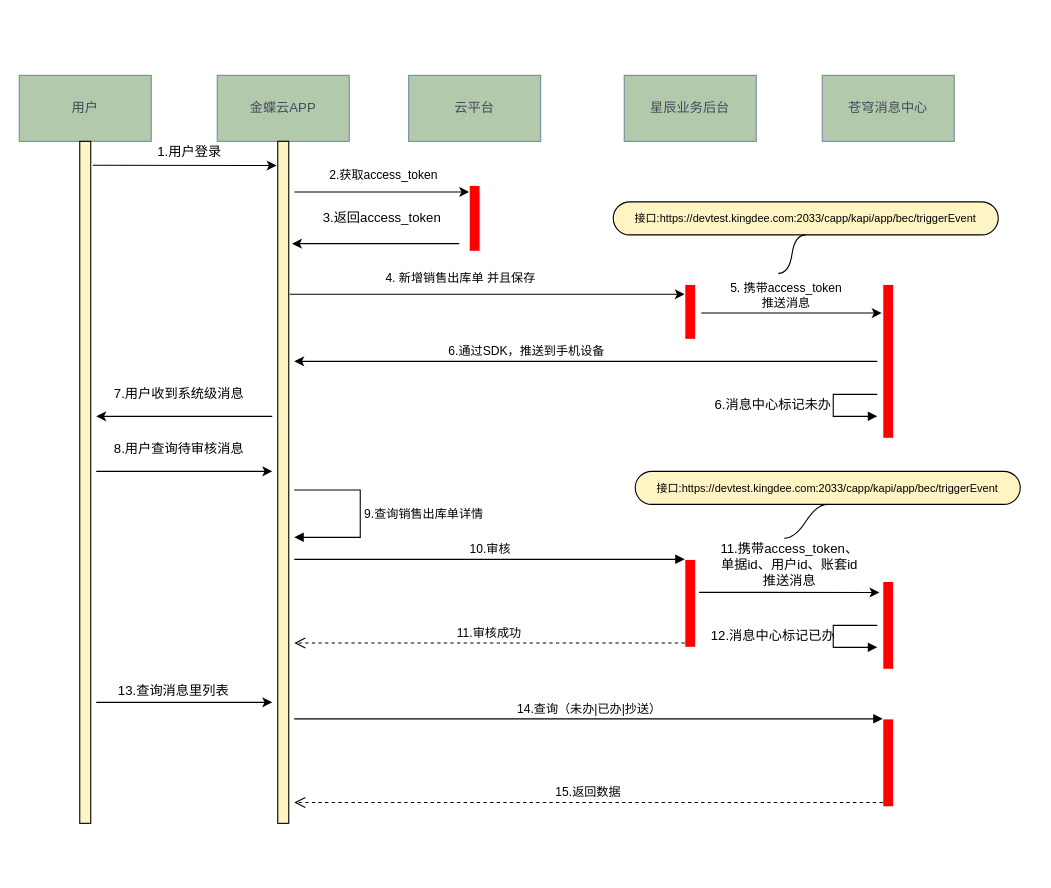
Earlier version of the draw.io diagram 消息中心.drawio (Mark-LoveFootball/mind). Source tidied: cells renumbered, new cells numbered last; positions are measured from the earlier drawing's top-left corner, leaving out a move shared by most shapes. Both pictures are drawn from the tidied source at 110%, with x=0, y=0 at pixel (19, 75).
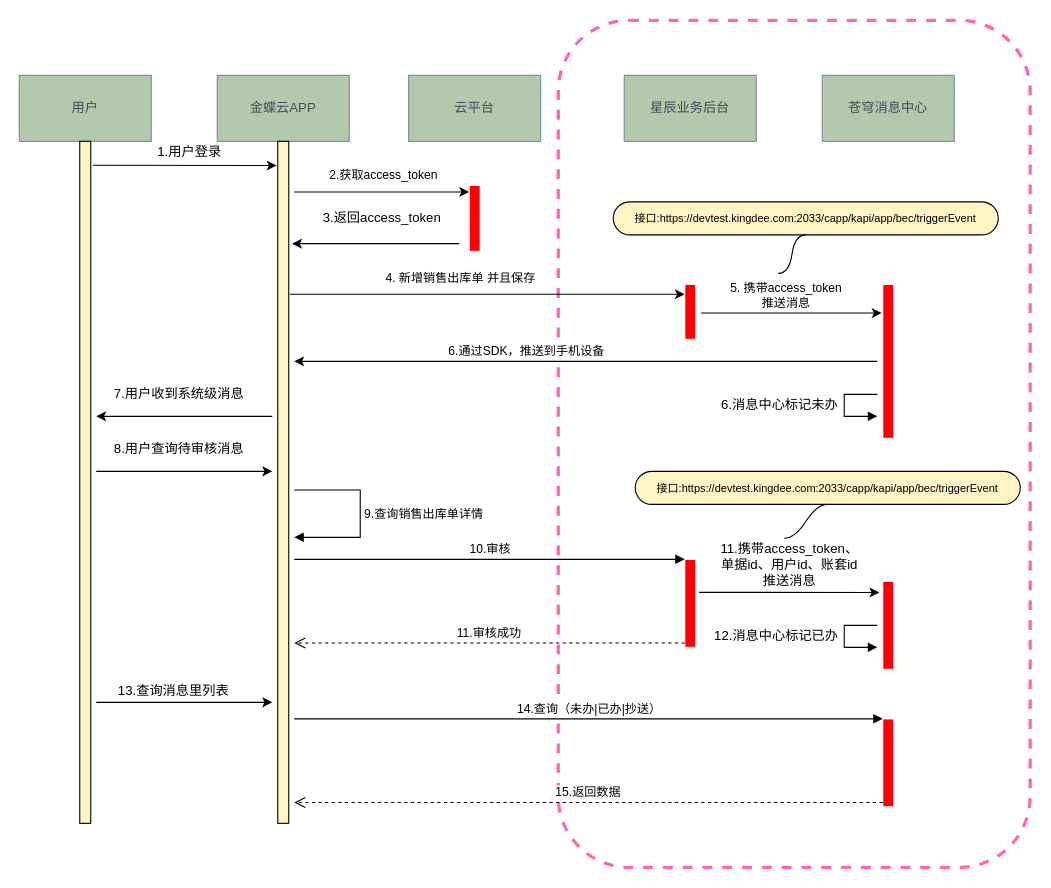
After the change.

What changed in the source:
```diff
@@
+    <mxCell id="48" style="rounded=1;whiteSpace=wrap;html=1;fontSize=10;fontColor=#333333;dashed=1;shadow=0;gradientDirection=north;gradientColor=#FFFFFF;fillColor=none;strokeColor=#FF66B3;strokeWidth=3;" parent="1" vertex="1">
+      <mxGeometry x="490" y="-50" width="429" height="770" as="geometry" />
+    </mxCell>
@@
     <mxCell id="32" style="edgeStyle=orthogonalEdgeStyle;html=1;align=left;spacingLeft=2;endArrow=block;rounded=0;" parent="1" edge="1">
       <mxGeometry relative="1" as="geometry">
         <mxPoint x="780" y="500" as="sourcePoint" />
         <mxPoint x="780" y="520" as="targetPoint" />
         <Array as="points">
-          <mxPoint x="740" y="500" />
-          <mxPoint x="740" y="520" />
+          <mxPoint x="750" y="500" />
+          <mxPoint x="750" y="520" />
         </Array>
       </mxGeometry>
     </mxCell>
     <mxCell id="33" value="12.消息中心标记已办" style="text;html=1;align=center;verticalAlign=middle;strokeColor=none;" parent="1" vertex="1">
-      <mxGeometry x="620" y="500" width="130" height="20" as="geometry" />
+      <mxGeometry x="623" y="500" width="130" height="20" as="geometry" />
     </mxCell>
     <mxCell id="34" style="edgeStyle=orthogonalEdgeStyle;html=1;align=left;spacingLeft=2;endArrow=block;rounded=0;" parent="1" edge="1">
       <mxGeometry relative="1" as="geometry">
         <mxPoint x="780" y="290" as="sourcePoint" />
         <mxPoint x="780" y="310" as="targetPoint" />
         <Array as="points">
-          <mxPoint x="740" y="290" />
-          <mxPoint x="740" y="310" />
+          <mxPoint x="750" y="290" />
+          <mxPoint x="750" y="310" />
         </Array>
       </mxGeometry>
     </mxCell>
     <mxCell id="35" value="6.消息中心标记未办" style="text;html=1;align=center;verticalAlign=middle;strokeColor=none;" parent="1" vertex="1">
-      <mxGeometry x="625" y="290" width="120" height="20" as="geometry" />
+      <mxGeometry x="631" y="290" width="120" height="20" as="geometry" />
     </mxCell>
```
